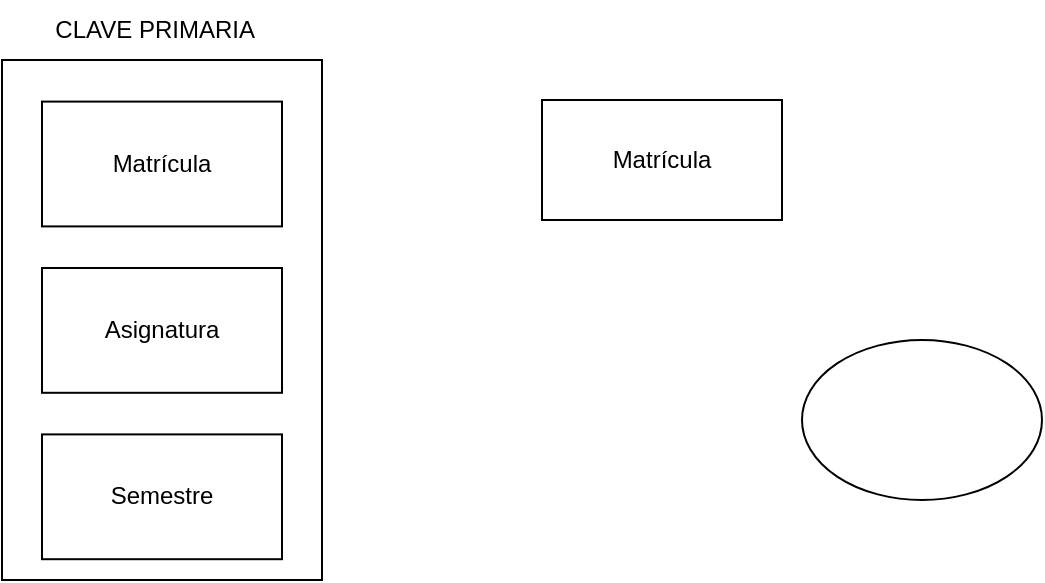
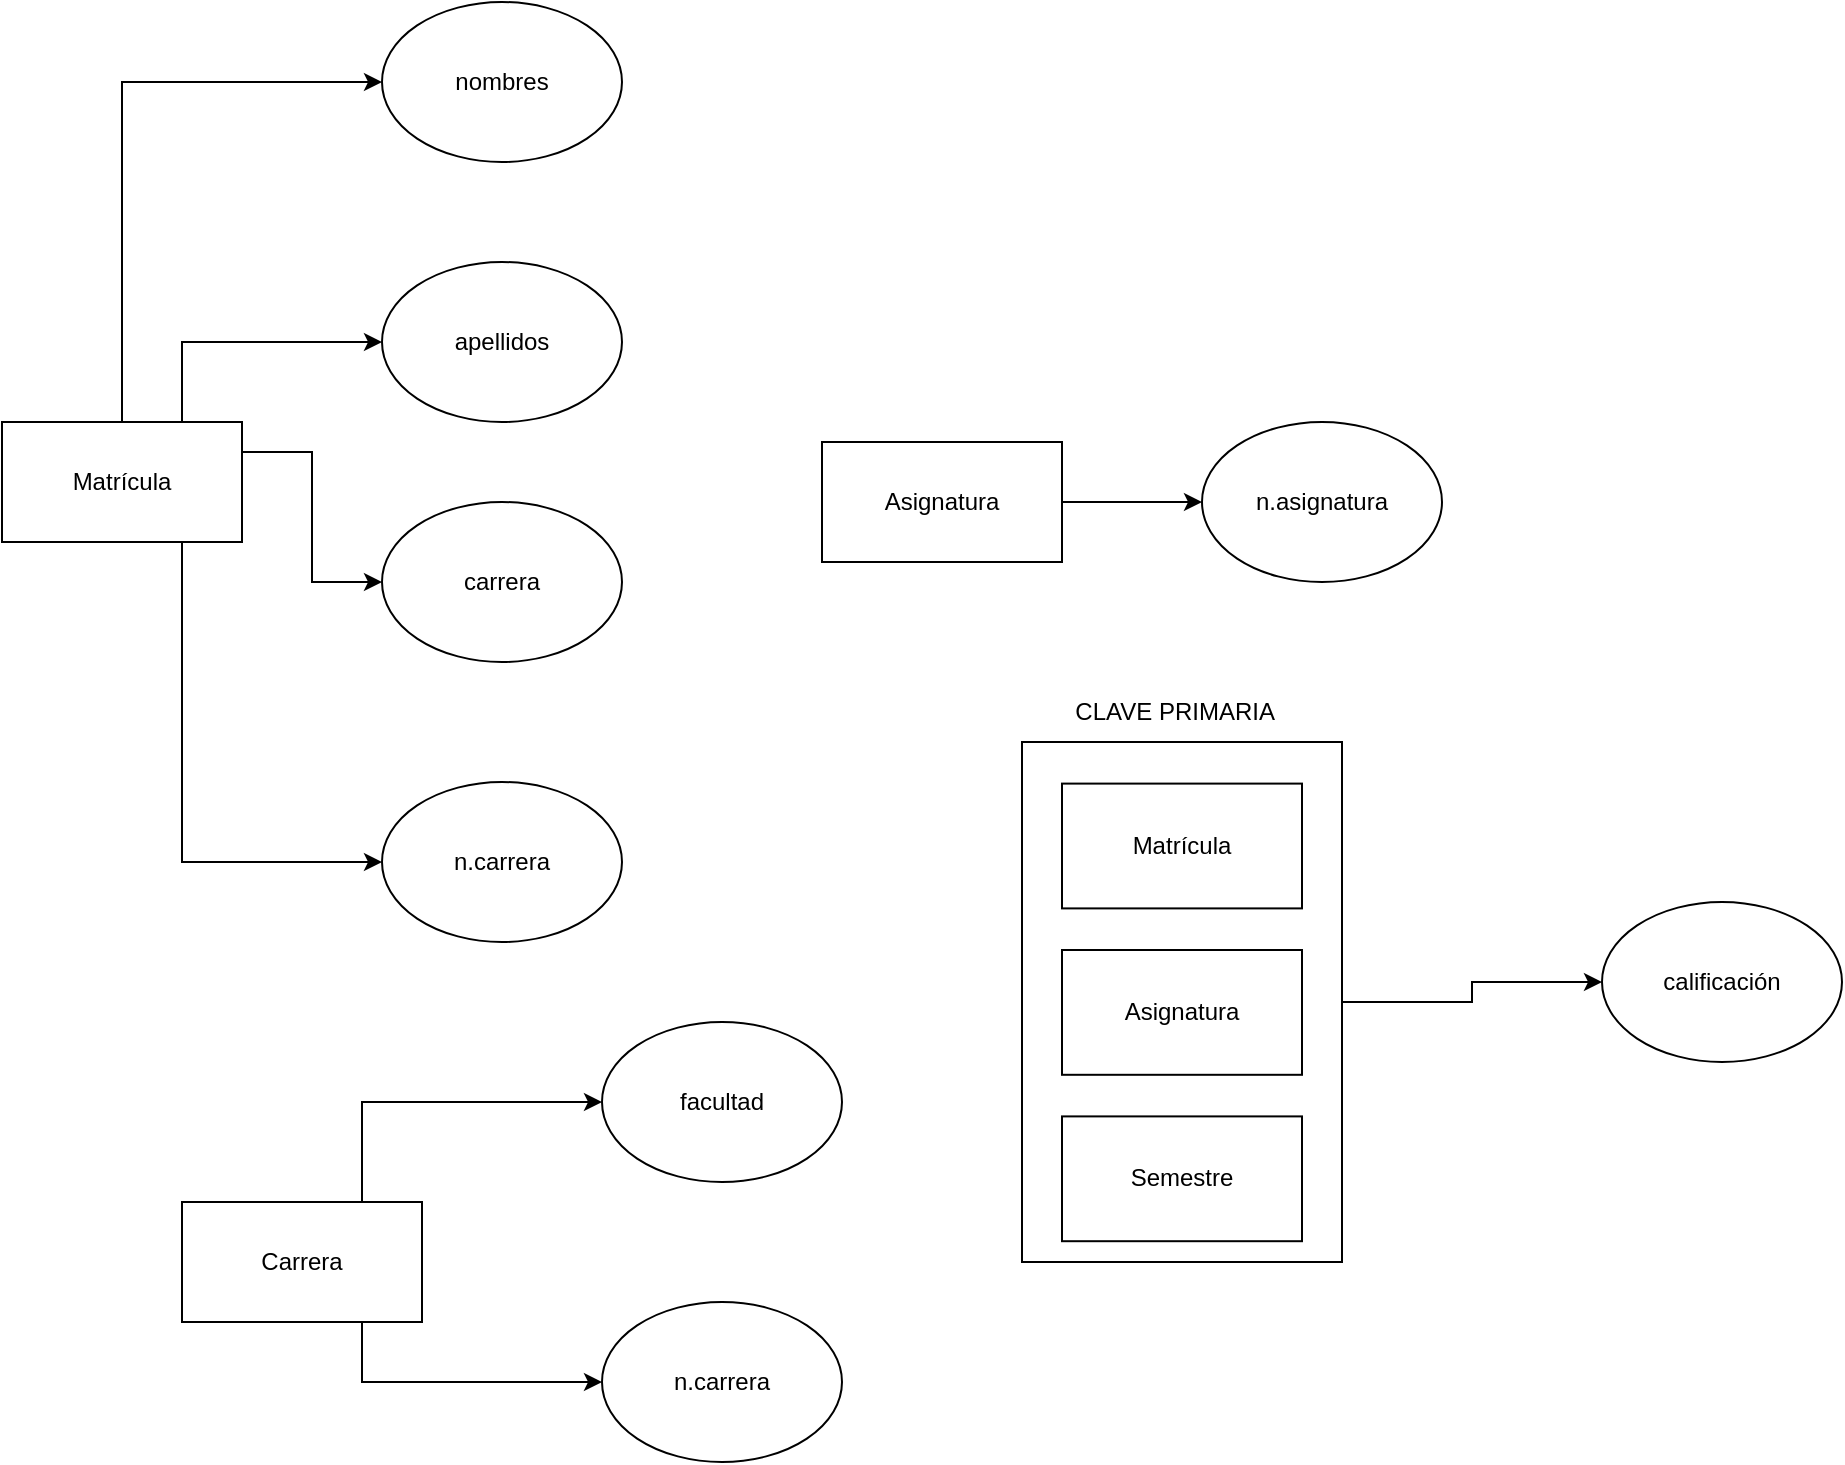
<mxfile host="app.diagrams.net">
  <diagram name="Page-1" id="_PcjifpBU9_G0FANfGst">
-     <mxGraphModel dx="1244" dy="660" grid="1" gridSize="10" guides="1" tooltips="1" connect="1" arrows="1" fold="1" page="1" pageScale="1" pageWidth="850" pageHeight="1100" math="0" shadow="0">
+     <mxGraphModel dx="1555" dy="1925" grid="1" gridSize="10" guides="1" tooltips="1" connect="1" arrows="1" fold="1" page="1" pageScale="1" pageWidth="850" pageHeight="1100" math="0" shadow="0">
      <root>
        <mxCell id="0" />
        <mxCell id="1" parent="0" />
-         <mxCell id="PIIkbcI8wMrk1N6W0kIj-5" connectable="0" parent="1" style="group" value="" vertex="1">
-           <mxGeometry height="260" width="160" x="200" y="150" as="geometry" />
+         <mxCell id="84o_91Kuwl8BeVhiGByc-5" edge="1" parent="1" source="PIIkbcI8wMrk1N6W0kIj-7" style="edgeStyle=orthogonalEdgeStyle;rounded=0;orthogonalLoop=1;jettySize=auto;html=1;exitX=0.5;exitY=0;exitDx=0;exitDy=0;entryX=0;entryY=0.5;entryDx=0;entryDy=0;" target="PIIkbcI8wMrk1N6W0kIj-10">
+           <mxGeometry relative="1" as="geometry" />
+         </mxCell>
+         <mxCell id="84o_91Kuwl8BeVhiGByc-6" edge="1" parent="1" source="PIIkbcI8wMrk1N6W0kIj-7" style="edgeStyle=orthogonalEdgeStyle;rounded=0;orthogonalLoop=1;jettySize=auto;html=1;exitX=0.75;exitY=0;exitDx=0;exitDy=0;entryX=0;entryY=0.5;entryDx=0;entryDy=0;" target="84o_91Kuwl8BeVhiGByc-1">
+           <mxGeometry relative="1" as="geometry" />
+         </mxCell>
+         <mxCell id="84o_91Kuwl8BeVhiGByc-7" edge="1" parent="1" source="PIIkbcI8wMrk1N6W0kIj-7" style="edgeStyle=orthogonalEdgeStyle;rounded=0;orthogonalLoop=1;jettySize=auto;html=1;exitX=1;exitY=0.25;exitDx=0;exitDy=0;entryX=0;entryY=0.5;entryDx=0;entryDy=0;" target="84o_91Kuwl8BeVhiGByc-2">
+           <mxGeometry relative="1" as="geometry" />
+         </mxCell>
+         <mxCell id="84o_91Kuwl8BeVhiGByc-8" edge="1" parent="1" source="PIIkbcI8wMrk1N6W0kIj-7" style="edgeStyle=orthogonalEdgeStyle;rounded=0;orthogonalLoop=1;jettySize=auto;html=1;exitX=0.75;exitY=1;exitDx=0;exitDy=0;entryX=0;entryY=0.5;entryDx=0;entryDy=0;" target="84o_91Kuwl8BeVhiGByc-3">
+           <mxGeometry relative="1" as="geometry" />
+         </mxCell>
+         <mxCell id="PIIkbcI8wMrk1N6W0kIj-7" parent="1" style="rounded=0;whiteSpace=wrap;html=1;" value="Matrícula" vertex="1">
+           <mxGeometry height="60" width="120" x="470" y="170" as="geometry" />
+         </mxCell>
+         <mxCell id="PIIkbcI8wMrk1N6W0kIj-10" parent="1" style="ellipse;whiteSpace=wrap;html=1;" value="nombres" vertex="1">
+           <mxGeometry height="80" width="120" x="660" y="-40" as="geometry" />
+         </mxCell>
+         <mxCell id="84o_91Kuwl8BeVhiGByc-1" parent="1" style="ellipse;whiteSpace=wrap;html=1;" value="apellidos" vertex="1">
+           <mxGeometry height="80" width="120" x="660" y="90" as="geometry" />
+         </mxCell>
+         <mxCell id="84o_91Kuwl8BeVhiGByc-2" parent="1" style="ellipse;whiteSpace=wrap;html=1;" value="carrera" vertex="1">
+           <mxGeometry height="80" width="120" x="660" y="210" as="geometry" />
+         </mxCell>
+         <mxCell id="84o_91Kuwl8BeVhiGByc-3" parent="1" style="ellipse;whiteSpace=wrap;html=1;" value="n.carrera" vertex="1">
+           <mxGeometry height="80" width="120" x="660" y="350" as="geometry" />
+         </mxCell>
+         <mxCell id="84o_91Kuwl8BeVhiGByc-12" edge="1" parent="1" source="84o_91Kuwl8BeVhiGByc-9" style="edgeStyle=orthogonalEdgeStyle;rounded=0;orthogonalLoop=1;jettySize=auto;html=1;exitX=0.75;exitY=0;exitDx=0;exitDy=0;entryX=0;entryY=0.5;entryDx=0;entryDy=0;" target="84o_91Kuwl8BeVhiGByc-11">
+           <mxGeometry relative="1" as="geometry" />
+         </mxCell>
+         <mxCell id="84o_91Kuwl8BeVhiGByc-15" edge="1" parent="1" source="84o_91Kuwl8BeVhiGByc-9" style="edgeStyle=orthogonalEdgeStyle;rounded=0;orthogonalLoop=1;jettySize=auto;html=1;exitX=0.75;exitY=1;exitDx=0;exitDy=0;entryX=0;entryY=0.5;entryDx=0;entryDy=0;" target="84o_91Kuwl8BeVhiGByc-10">
+           <mxGeometry relative="1" as="geometry" />
+         </mxCell>
+         <mxCell id="84o_91Kuwl8BeVhiGByc-9" parent="1" style="rounded=0;whiteSpace=wrap;html=1;" value="Carrera" vertex="1">
+           <mxGeometry height="60" width="120" x="560" y="560" as="geometry" />
+         </mxCell>
+         <mxCell id="84o_91Kuwl8BeVhiGByc-10" parent="1" style="ellipse;whiteSpace=wrap;html=1;" value="n.carrera" vertex="1">
+           <mxGeometry height="80" width="120" x="770" y="610" as="geometry" />
+         </mxCell>
+         <mxCell id="84o_91Kuwl8BeVhiGByc-11" parent="1" style="ellipse;whiteSpace=wrap;html=1;" value="facultad" vertex="1">
+           <mxGeometry height="80" width="120" x="770" y="470" as="geometry" />
+         </mxCell>
+         <mxCell id="84o_91Kuwl8BeVhiGByc-17" edge="1" parent="1" source="84o_91Kuwl8BeVhiGByc-14" style="edgeStyle=orthogonalEdgeStyle;rounded=0;orthogonalLoop=1;jettySize=auto;html=1;exitX=1;exitY=0.5;exitDx=0;exitDy=0;entryX=0;entryY=0.5;entryDx=0;entryDy=0;" target="84o_91Kuwl8BeVhiGByc-16">
+           <mxGeometry relative="1" as="geometry" />
+         </mxCell>
+         <mxCell id="84o_91Kuwl8BeVhiGByc-14" parent="1" style="rounded=0;whiteSpace=wrap;html=1;" value="Asignatura" vertex="1">
+           <mxGeometry height="60" width="120" x="880" y="180" as="geometry" />
+         </mxCell>
+         <mxCell id="84o_91Kuwl8BeVhiGByc-16" parent="1" style="ellipse;whiteSpace=wrap;html=1;" value="n.asignatura" vertex="1">
+           <mxGeometry height="80" width="120" x="1070" y="170" as="geometry" />
+         </mxCell>
+         <mxCell id="84o_91Kuwl8BeVhiGByc-18" connectable="0" parent="1" style="group" value="" vertex="1">
+           <mxGeometry height="290" width="160" x="980" y="300" as="geometry" />
+         </mxCell>
+         <mxCell id="PIIkbcI8wMrk1N6W0kIj-5" connectable="0" parent="84o_91Kuwl8BeVhiGByc-18" style="group" value="" vertex="1">
+           <mxGeometry height="260" width="160" y="30" as="geometry" />
        </mxCell>
        <mxCell id="PIIkbcI8wMrk1N6W0kIj-4" parent="PIIkbcI8wMrk1N6W0kIj-5" style="rounded=0;whiteSpace=wrap;html=1;shadow=0;" value="" vertex="1">
          <mxGeometry height="260" width="160" as="geometry" />
        </mxCell>
        <mxCell id="PIIkbcI8wMrk1N6W0kIj-1" parent="PIIkbcI8wMrk1N6W0kIj-5" style="rounded=0;whiteSpace=wrap;html=1;" value="Matrícula" vertex="1">
          <mxGeometry height="62.400000000000006" width="120" x="20" y="20.8" as="geometry" />
        </mxCell>
        <mxCell id="PIIkbcI8wMrk1N6W0kIj-2" parent="PIIkbcI8wMrk1N6W0kIj-5" style="rounded=0;whiteSpace=wrap;html=1;" value="Asignatura" vertex="1">
          <mxGeometry height="62.400000000000006" width="120" x="20" y="104" as="geometry" />
        </mxCell>
        <mxCell id="PIIkbcI8wMrk1N6W0kIj-3" parent="PIIkbcI8wMrk1N6W0kIj-5" style="rounded=0;whiteSpace=wrap;html=1;" value="Semestre" vertex="1">
          <mxGeometry height="62.400000000000006" width="120" x="20" y="187.20000000000002" as="geometry" />
        </mxCell>
-         <mxCell id="PIIkbcI8wMrk1N6W0kIj-6" parent="1" style="text;html=1;whiteSpace=wrap;strokeColor=none;fillColor=none;align=center;verticalAlign=middle;rounded=0;" value="CLAVE PRIMARIA&lt;span style=&quot;white-space: pre;&quot;&gt;&#x9;&lt;/span&gt;" vertex="1">
-           <mxGeometry height="30" width="120" x="220" y="120" as="geometry" />
+         <mxCell id="PIIkbcI8wMrk1N6W0kIj-6" parent="84o_91Kuwl8BeVhiGByc-18" style="text;html=1;whiteSpace=wrap;strokeColor=none;fillColor=none;align=center;verticalAlign=middle;rounded=0;" value="CLAVE PRIMARIA&lt;span style=&quot;white-space: pre;&quot;&gt;&#x9;&lt;/span&gt;" vertex="1">
+           <mxGeometry height="30" width="120" x="20" as="geometry" />
        </mxCell>
-         <mxCell id="PIIkbcI8wMrk1N6W0kIj-7" parent="1" style="rounded=0;whiteSpace=wrap;html=1;" value="Matrícula" vertex="1">
-           <mxGeometry height="60" width="120" x="470" y="170" as="geometry" />
+         <mxCell id="84o_91Kuwl8BeVhiGByc-19" parent="1" style="ellipse;whiteSpace=wrap;html=1;" value="calificación" vertex="1">
+           <mxGeometry height="80" width="120" x="1270" y="410" as="geometry" />
        </mxCell>
-         <mxCell id="PIIkbcI8wMrk1N6W0kIj-10" parent="1" style="ellipse;whiteSpace=wrap;html=1;" value="" vertex="1">
-           <mxGeometry height="80" width="120" x="600" y="290" as="geometry" />
+         <mxCell id="84o_91Kuwl8BeVhiGByc-20" edge="1" parent="1" source="PIIkbcI8wMrk1N6W0kIj-4" style="edgeStyle=orthogonalEdgeStyle;rounded=0;orthogonalLoop=1;jettySize=auto;html=1;exitX=1;exitY=0.5;exitDx=0;exitDy=0;entryX=0;entryY=0.5;entryDx=0;entryDy=0;" target="84o_91Kuwl8BeVhiGByc-19">
+           <mxGeometry relative="1" as="geometry" />
        </mxCell>
      </root>
    </mxGraphModel>
  </diagram>
</mxfile>
